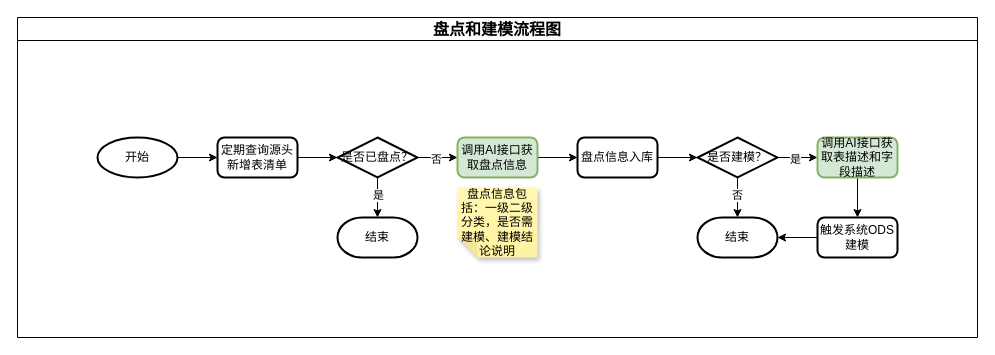
Before: page "ODS建模" (3 of 4) of biz_flow/智能建模业务流程图.drawio in hlld3344/diagrams, a draw.io diagram. Source tidied: cells renumbered, new cells numbered last; positions are measured from the earlier drawing's top-left corner, leaving out a move shared by most shapes. Both pictures are drawn from the tidied source at 100%, with x=0, y=0 at pixel (17, 17).
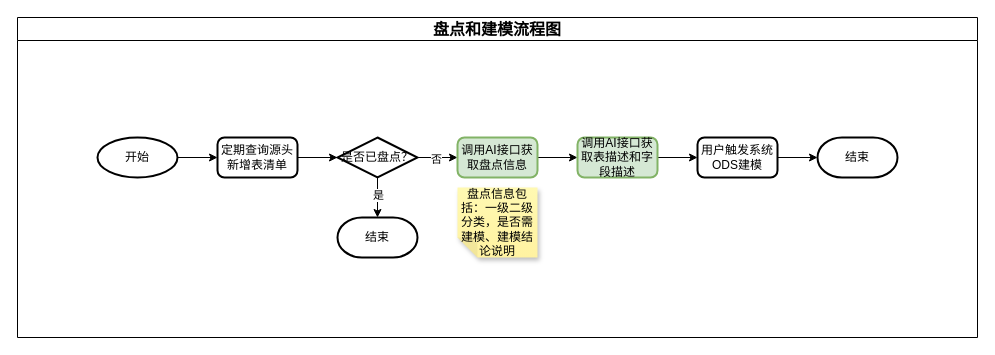
The same page after the edit.

Unchanged cells that the change refers to:
```xml
<mxCell id="2" value="&lt;span&gt;&lt;div style=&quot;line-height: 100%;font-size: 12pt;&quot; class=&quot;ql-direction-ltr ql-long-1396&quot;&gt;&lt;span class=&quot;ql-author-1396&quot;&gt;盘点和建模流程图&lt;/span&gt;&lt;/div&gt;&lt;/span&gt;" style="swimlane;whiteSpace=wrap;html=1;" parent="1" vertex="1">
  <mxGeometry width="960" height="320" as="geometry" />
</mxCell>
<mxCell id="14" value="调用AI接口获取盘点信息" style="rounded=1;whiteSpace=wrap;html=1;absoluteArcSize=1;arcSize=14;strokeWidth=2;fillColor=#d5e8d4;strokeColor=#82b366;" parent="2" vertex="1">
  <mxGeometry x="440" y="120" width="80" height="40" as="geometry" />
</mxCell>
```

What changed in the source:
```diff
@@
-    <mxCell id="13" style="edgeStyle=orthogonalEdgeStyle;rounded=0;jettySize=auto;html=1;exitX=1;exitY=0.5;exitDx=0;exitDy=0;entryX=0;entryY=0.5;entryDx=0;entryDy=0;" parent="2" edge="1" source="14" target="17">
+    <mxCell id="13" style="edgeStyle=orthogonalEdgeStyle;rounded=0;jettySize=auto;html=1;exitX=1;exitY=0.5;exitDx=0;exitDy=0;entryX=0;entryY=0.5;entryDx=0;entryDy=0;" parent="2" edge="1" source="14" target="25">
       <mxGeometry relative="1" as="geometry" />
     </mxCell>
@@
-    <mxCell id="16" style="edgeStyle=orthogonalEdgeStyle;rounded=0;jettySize=auto;html=1;" parent="2" edge="1" source="17" target="20">
-      <mxGeometry relative="1" as="geometry" />
-    </mxCell>
-    <mxCell id="17" value="盘点信息入库" style="rounded=1;whiteSpace=wrap;html=1;absoluteArcSize=1;arcSize=14;strokeWidth=2;" parent="2" vertex="1">
-      <mxGeometry x="560" y="120" width="80" height="40" as="geometry" />
-    </mxCell>
-    <mxCell id="18" style="edgeStyle=orthogonalEdgeStyle;rounded=0;jettySize=auto;html=1;" parent="2" edge="1" source="20" target="25">
-      <mxGeometry relative="1" as="geometry" />
-    </mxCell>
-    <mxCell id="19" value="是" style="edgeLabel;html=1;align=center;verticalAlign=middle;" parent="18" vertex="1">
-      <mxGeometry x="-0.15" y="-1" relative="1" as="geometry" />
-    </mxCell>
-    <mxCell id="20" value="是否建模？" style="strokeWidth=2;html=1;shape=mxgraph.flowchart.decision;whiteSpace=wrap;" parent="2" vertex="1">
-      <mxGeometry x="680" y="120" width="80" height="40" as="geometry" />
-    </mxCell>
-    <mxCell id="21" value="结束" style="strokeWidth=2;html=1;shape=mxgraph.flowchart.terminator;whiteSpace=wrap;" parent="2" vertex="1">
-      <mxGeometry x="680" y="200" width="80" height="40" as="geometry" />
-    </mxCell>
-    <mxCell id="22" style="edgeStyle=orthogonalEdgeStyle;rounded=0;jettySize=auto;html=1;exitX=0.5;exitY=1;exitDx=0;exitDy=0;exitPerimeter=0;entryX=0.5;entryY=0;entryDx=0;entryDy=0;entryPerimeter=0;" parent="2" edge="1" source="20" target="21">
-      <mxGeometry relative="1" as="geometry" />
-    </mxCell>
-    <mxCell id="23" value="否" style="edgeLabel;html=1;align=center;verticalAlign=middle;" parent="22" vertex="1">
-      <mxGeometry x="-0.15" y="-1" relative="1" as="geometry" />
-    </mxCell>
-    <mxCell id="24" style="edgeStyle=orthogonalEdgeStyle;rounded=0;jettySize=auto;html=1;" parent="2" edge="1" source="25" target="27">
+    <mxCell id="24" style="edgeStyle=orthogonalEdgeStyle;rounded=0;jettySize=auto;html=1;exitX=1;exitY=0.5;exitDx=0;exitDy=0;entryX=0;entryY=0.5;entryDx=0;entryDy=0;" parent="2" edge="1" source="25" target="27">
       <mxGeometry relative="1" as="geometry" />
     </mxCell>
     <mxCell id="25" value="调用AI接口获取表描述和字段描述" style="rounded=1;whiteSpace=wrap;html=1;absoluteArcSize=1;arcSize=14;strokeWidth=2;fillColor=#d5e8d4;strokeColor=#82b366;" parent="2" vertex="1">
-      <mxGeometry x="800" y="120" width="80" height="40" as="geometry" />
+      <mxGeometry x="560" y="120" width="80" height="40" as="geometry" />
     </mxCell>
+    <mxCell id="27" value="用户触发系统ODS建模" style="rounded=1;whiteSpace=wrap;html=1;absoluteArcSize=1;arcSize=14;strokeWidth=2;" parent="2" vertex="1">
+      <mxGeometry x="680" y="120" width="80" height="40" as="geometry" />
+    </mxCell>
+    <mxCell id="21" value="结束" style="strokeWidth=2;html=1;shape=mxgraph.flowchart.terminator;whiteSpace=wrap;" parent="2" vertex="1">
+      <mxGeometry x="800" y="120" width="80" height="40" as="geometry" />
+    </mxCell>
-    <mxCell id="26" style="edgeStyle=orthogonalEdgeStyle;rounded=0;jettySize=auto;html=1;" parent="2" edge="1" source="27" target="21">
+    <mxCell id="26" style="edgeStyle=orthogonalEdgeStyle;rounded=0;jettySize=auto;html=1;exitX=1;exitY=0.5;exitDx=0;exitDy=0;entryX=0;entryY=0.5;entryDx=0;entryDy=0;entryPerimeter=0;" parent="2" edge="1" source="27" target="21">
       <mxGeometry relative="1" as="geometry" />
     </mxCell>
-    <mxCell id="27" value="触发系统ODS建模" style="rounded=1;whiteSpace=wrap;html=1;absoluteArcSize=1;arcSize=14;strokeWidth=2;" parent="2" vertex="1">
-      <mxGeometry x="800" y="200" width="80" height="40" as="geometry" />
-    </mxCell>
```
